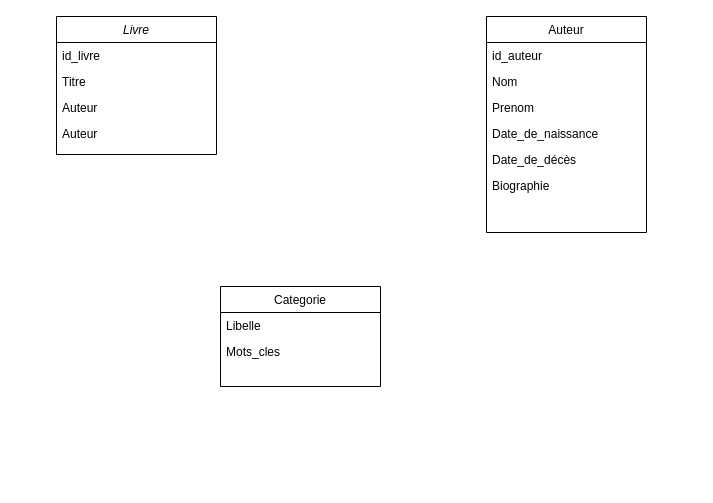
The draw.io diagram McdEXO.drawio in Steony/Spring, before the edit. Source tidied: cells renumbered, new cells numbered last; positions are measured from the earlier drawing's top-left corner, leaving out a move shared by most shapes. Both pictures are drawn from the tidied source at 100%, with x=0, y=0 at pixel (56, 16).
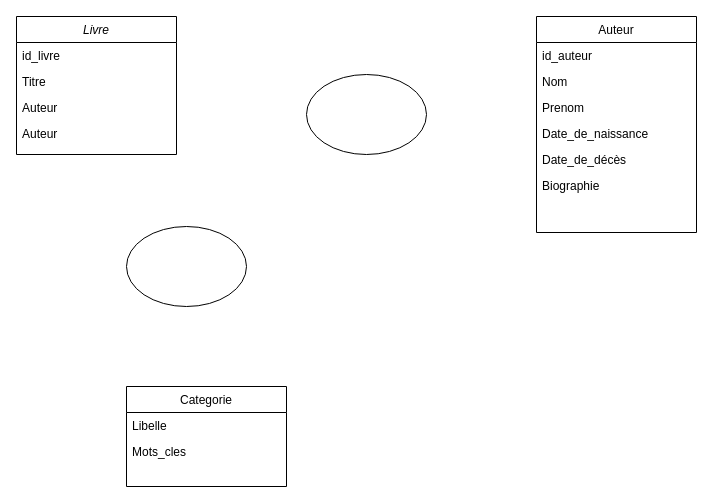
The same page after the edit.

Commit message:
Mettre à jour McdEXO.drawio

The edit, as a diff of the source:
```diff
@@
 <mxGraphModel>
   <root>
     <mxCell id="0" />
     <mxCell id="1" parent="0" />
     <mxCell id="2" value="Livre" style="swimlane;fontStyle=2;align=center;verticalAlign=top;horizontal=1;startSize=26;rounded=0;shadow=0;strokeWidth=1;" parent="1" vertex="1">
-      <mxGeometry width="160" height="138" as="geometry" />
+      <mxGeometry x="-40" width="160" height="138" as="geometry" />
     </mxCell>
     <mxCell id="3" value="id_livre" style="text;align=left;verticalAlign=top;spacingLeft=4;spacingRight=4;overflow=hidden;" parent="2" vertex="1">
       <mxGeometry y="26" width="160" height="26" as="geometry" />
     </mxCell>
     <mxCell id="4" value="Titre" style="text;align=left;verticalAlign=top;spacingLeft=4;spacingRight=4;overflow=hidden;" parent="2" vertex="1">
       <mxGeometry y="52" width="160" height="26" as="geometry" />
     </mxCell>
     <mxCell id="5" value="Auteur" style="text;align=left;verticalAlign=top;spacingLeft=4;spacingRight=4;overflow=hidden;rounded=0;shadow=0;html=0;" parent="2" vertex="1">
       <mxGeometry y="78" width="160" height="26" as="geometry" />
     </mxCell>
     <mxCell id="6" value="Auteur" style="text;align=left;verticalAlign=top;spacingLeft=4;spacingRight=4;overflow=hidden;rounded=0;shadow=0;html=0;" parent="2" vertex="1">
       <mxGeometry y="104" width="160" height="26" as="geometry" />
     </mxCell>
     <mxCell id="7" value="Categorie" style="swimlane;fontStyle=0;align=center;verticalAlign=top;horizontal=1;startSize=26;rounded=0;shadow=0;strokeWidth=1;" parent="1" vertex="1">
-      <mxGeometry x="164" y="270" width="160" height="100" as="geometry" />
+      <mxGeometry x="70" y="370" width="160" height="100" as="geometry" />
     </mxCell>
     <mxCell id="8" value="Libelle" style="text;align=left;verticalAlign=top;spacingLeft=4;spacingRight=4;overflow=hidden;" parent="7" vertex="1">
       <mxGeometry y="26" width="160" height="26" as="geometry" />
     </mxCell>
     <mxCell id="9" value="Mots_cles" style="text;align=left;verticalAlign=top;spacingLeft=4;spacingRight=4;overflow=hidden;rounded=0;shadow=0;html=0;" parent="7" vertex="1">
       <mxGeometry y="52" width="160" height="26" as="geometry" />
     </mxCell>
     <mxCell id="10" value="Auteur" style="swimlane;fontStyle=0;align=center;verticalAlign=top;horizontal=1;startSize=26;rounded=0;shadow=0;strokeWidth=1;" parent="1" vertex="1">
-      <mxGeometry x="430" width="160" height="216" as="geometry" />
+      <mxGeometry x="480" width="160" height="216" as="geometry" />
     </mxCell>
     <mxCell id="11" value="id_auteur" style="text;align=left;verticalAlign=top;spacingLeft=4;spacingRight=4;overflow=hidden;" parent="10" vertex="1">
       <mxGeometry y="26" width="160" height="26" as="geometry" />
     </mxCell>
     <mxCell id="12" value="Nom" style="text;align=left;verticalAlign=top;spacingLeft=4;spacingRight=4;overflow=hidden;" parent="10" vertex="1">
       <mxGeometry y="52" width="160" height="26" as="geometry" />
     </mxCell>
     <mxCell id="13" value="Prenom" style="text;align=left;verticalAlign=top;spacingLeft=4;spacingRight=4;overflow=hidden;rounded=0;shadow=0;html=0;" parent="10" vertex="1">
       <mxGeometry y="78" width="160" height="26" as="geometry" />
     </mxCell>
     <mxCell id="14" value="Date_de_naissance" style="text;align=left;verticalAlign=top;spacingLeft=4;spacingRight=4;overflow=hidden;rounded=0;shadow=0;html=0;" parent="10" vertex="1">
       <mxGeometry y="104" width="160" height="26" as="geometry" />
     </mxCell>
     <mxCell id="15" value="Date_de_décès" style="text;align=left;verticalAlign=top;spacingLeft=4;spacingRight=4;overflow=hidden;rounded=0;shadow=0;html=0;" parent="10" vertex="1">
       <mxGeometry y="130" width="160" height="26" as="geometry" />
     </mxCell>
     <mxCell id="16" value="Biographie" style="text;align=left;verticalAlign=top;spacingLeft=4;spacingRight=4;overflow=hidden;rounded=0;shadow=0;html=0;" parent="10" vertex="1">
       <mxGeometry y="156" width="160" height="26" as="geometry" />
     </mxCell>
+    <mxCell id="17" style="ellipse;whiteSpace=wrap;html=1;" parent="1" vertex="1">
+      <mxGeometry x="250" y="58" width="120" height="80" as="geometry" />
+    </mxCell>
+    <mxCell id="18" style="ellipse;whiteSpace=wrap;html=1;" parent="1" vertex="1">
+      <mxGeometry x="70" y="210" width="120" height="80" as="geometry" />
+    </mxCell>
   </root>
 </mxGraphModel>
```
